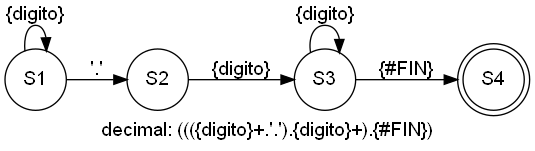
Above: AFD_202004765/AFD_decimal.png in PikaGuty/OLC1_Proyecto1_202004765 (Graphviz), before the change. Its source is kept beside it as AFD_202004765/AFD_decimal.dot.
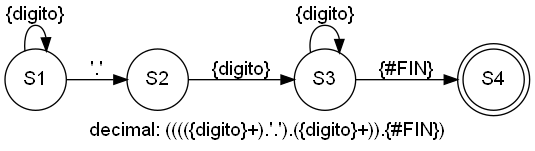
After the change.

Diff of the diagram source:
```diff
@@ -1,6 +1,6 @@
 digraph finite_state_machine {
 	fontname="Helvetica,Arial,sans-serif"
-       label="decimal: ((({digito}+.'.').{digito}+).{#FIN})"	node [fontname="Helvetica,Arial,sans-serif"]
+       label="decimal: (((({digito}+).'.').({digito}+)).{#FIN})"	node [fontname="Helvetica,Arial,sans-serif"]
 	edge [fontname="Helvetica,Arial,sans-serif"]
 	rankdir=LR;
 	size="8,5";
```
